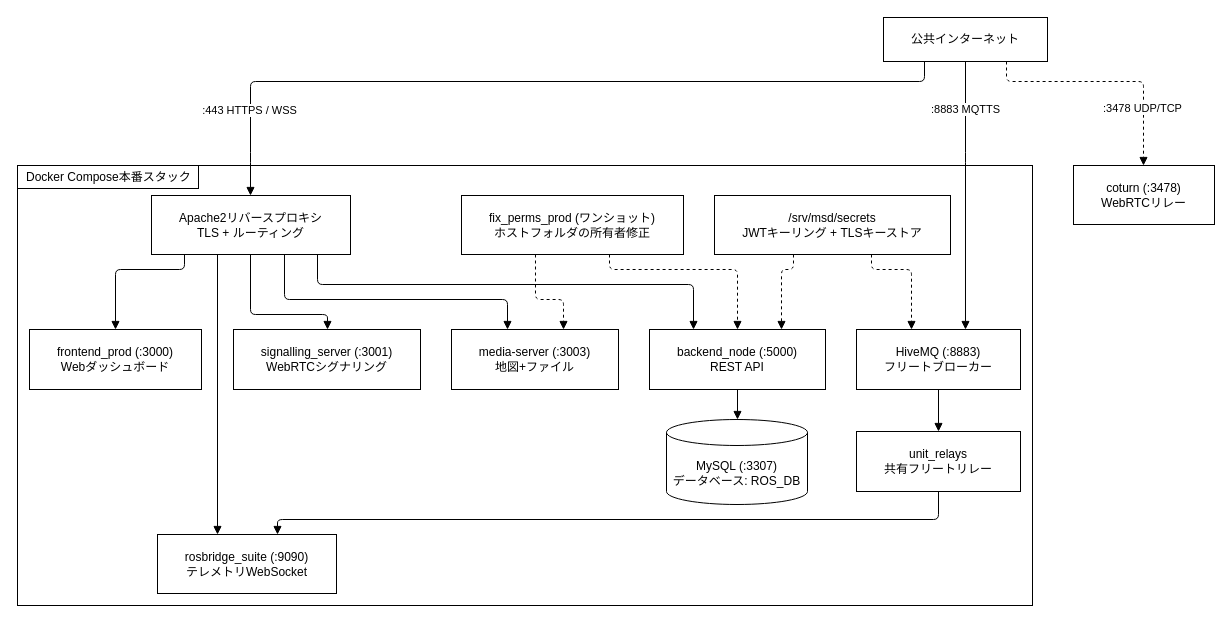
itbdelaboprogramming/msd700_documentation keeps this draw.io diagram as docs/ja/setup/diagrams/server-setup-system-topology.drawio. Above is the earlier version. Source tidied: cells renumbered, new cells numbered last; positions are measured from the earlier drawing's top-left corner, leaving out a move shared by most shapes. Both pictures are drawn from the tidied source at 100%, with x=0, y=0 at pixel (17, 17).
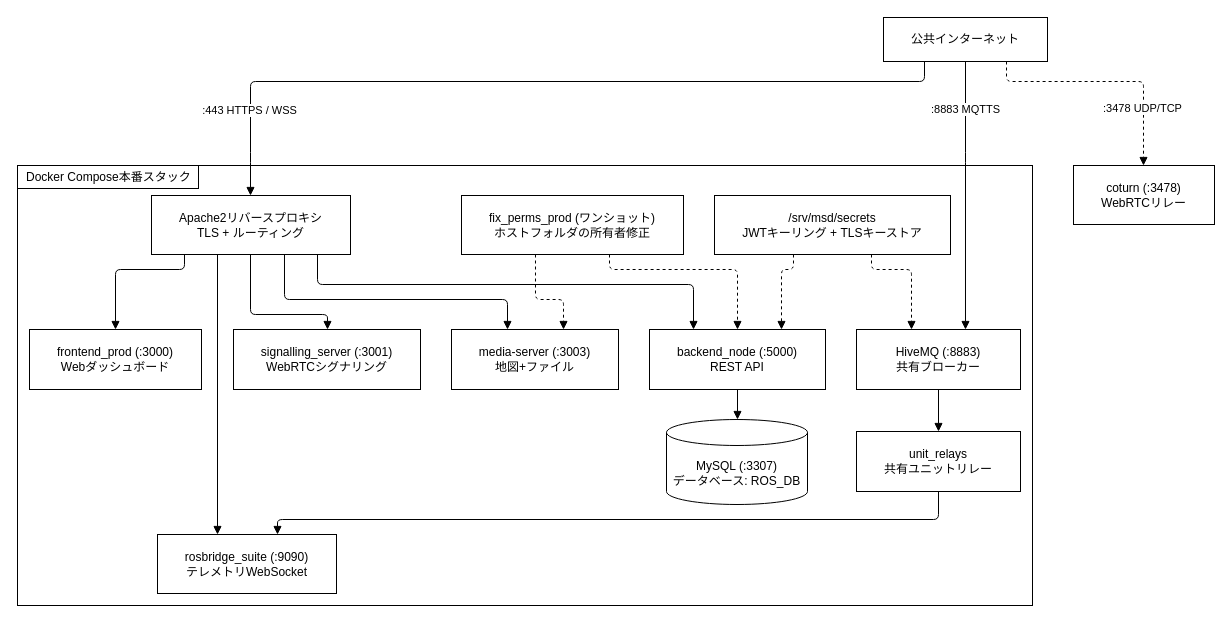
Above is the later version.

The change refers to these unchanged cells:
```xml
<mxCell id="2" style="rounded=0;html=1;whiteSpace=wrap;fillColor=#ffffff;strokeColor=#000000;" parent="1" vertex="1">
  <mxGeometry y="148" width="1015" height="440" as="geometry" />
</mxCell>
```

Diff of the diagram source:
```diff
@@
-    <mxCell id="5" value="HiveMQ (:8883)&lt;br&gt;フリートブローカー" style="html=1;whiteSpace=wrap;fillColor=#ffffff;strokeColor=#000000;rounded=0;fontFamily=Helvetica;fontSize=12;fontColor=#000000;" parent="2" vertex="1">
+    <mxCell id="5" value="HiveMQ (:8883)&lt;br&gt;共有ブローカー" style="html=1;whiteSpace=wrap;fillColor=#ffffff;strokeColor=#000000;rounded=0;fontFamily=Helvetica;fontSize=12;fontColor=#000000;" parent="2" vertex="1">
       <mxGeometry x="839" y="164" width="164" height="60" as="geometry" />
     </mxCell>
@@
-    <mxCell id="12" value="unit_relays&lt;br&gt;共有フリートリレー" style="html=1;whiteSpace=wrap;fillColor=#ffffff;strokeColor=#000000;rounded=0;fontFamily=Helvetica;fontSize=12;fontColor=#000000;" parent="2" vertex="1">
+    <mxCell id="12" value="unit_relays&lt;br&gt;共有ユニットリレー" style="html=1;whiteSpace=wrap;fillColor=#ffffff;strokeColor=#000000;rounded=0;fontFamily=Helvetica;fontSize=12;fontColor=#000000;" parent="2" vertex="1">
       <mxGeometry x="839" y="266" width="164" height="60" as="geometry" />
     </mxCell>
```
